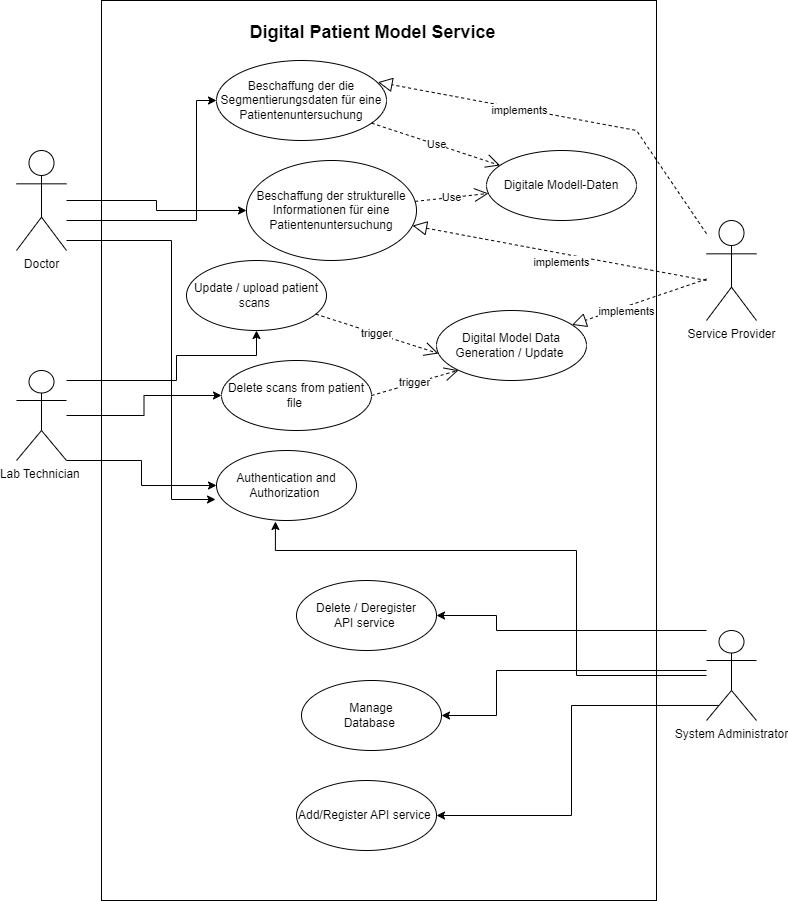
Before: ArchitectureTaskDiagram/usecase-1.png, a diagram exported from draw.io (bsuman/jobrelatred). Source tidied: cells renumbered, new cells last; positions are measured from the earlier drawing's top-left corner, leaving out a move shared by most shapes.
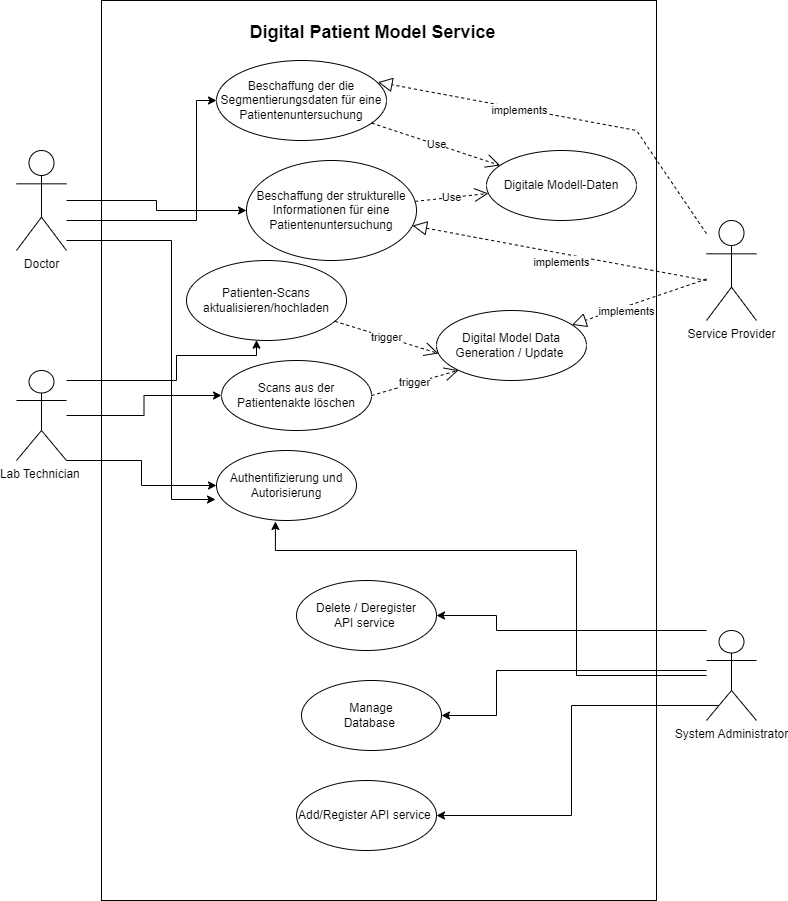
Later version of the same file.

Diff of the diagram source:
```diff
@@ -81,10 +81,10 @@
     <mxCell id="15" value="System Administrator" style="shape=umlActor;verticalLabelPosition=bottom;verticalAlign=top;html=1;" parent="1" vertex="1">
       <mxGeometry x="690" y="630" width="50" height="90" as="geometry" />
     </mxCell>
-    <mxCell id="16" value="Update / upload patient scans&amp;nbsp;" style="ellipse;whiteSpace=wrap;html=1;" parent="1" vertex="1">
-      <mxGeometry x="170" y="260" width="140" height="70" as="geometry" />
+    <mxCell id="16" value="Patienten-Scans aktualisieren/hochladen" style="ellipse;whiteSpace=wrap;html=1;" parent="1" vertex="1">
+      <mxGeometry x="170" y="260" width="160" height="80" as="geometry" />
     </mxCell>
-    <mxCell id="17" value="Delete scans from patient file&amp;nbsp;" style="ellipse;whiteSpace=wrap;html=1;" parent="1" vertex="1">
+    <mxCell id="17" value="Scans aus der Patientenakte löschen" style="ellipse;whiteSpace=wrap;html=1;" parent="1" vertex="1">
       <mxGeometry x="205" y="360" width="150" height="70" as="geometry" />
     </mxCell>
     <mxCell id="18" value="Beschaffung der strukturelle Informationen für eine Patientenuntersuchung" style="ellipse;whiteSpace=wrap;html=1;" parent="1" vertex="1">
@@ -102,7 +102,7 @@
     <mxCell id="22" value="Delete / Deregister &lt;br&gt;API service&amp;nbsp;" style="ellipse;whiteSpace=wrap;html=1;" parent="1" vertex="1">
       <mxGeometry x="280" y="580" width="140" height="70" as="geometry" />
     </mxCell>
-    <mxCell id="23" value="Authentication and Authorization&amp;nbsp;" style="ellipse;whiteSpace=wrap;html=1;" parent="1" vertex="1">
+    <mxCell id="23" value="Authentifizierung und Autorisierung" style="ellipse;whiteSpace=wrap;html=1;" parent="1" vertex="1">
       <mxGeometry x="200" y="450" width="140" height="70" as="geometry" />
     </mxCell>
     <mxCell id="24" value="Digitale Modell-Daten" style="ellipse;whiteSpace=wrap;html=1;" parent="1" vertex="1">
```
